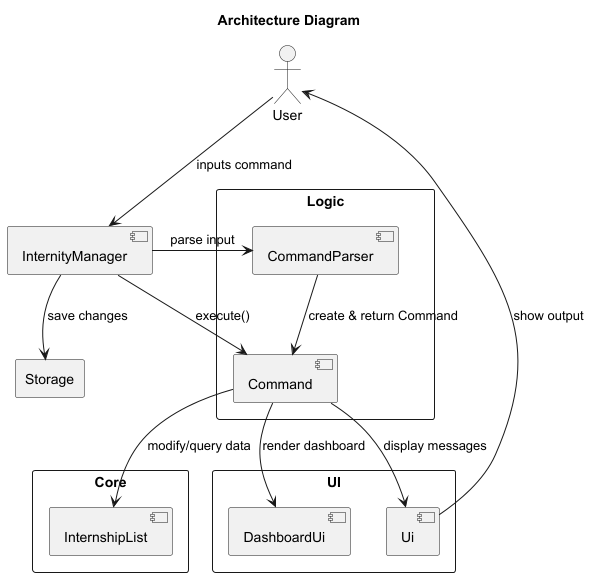
Before: docs/diagrams/ArchitectureOverview.png, a diagram exported from PlantUML (BenyAlbatross/tp).
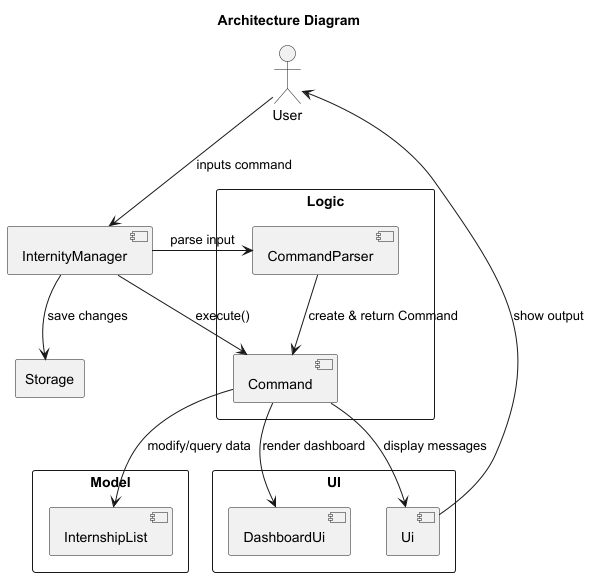
After the commit.

Diff of the diagram source:
```diff
@@ -8,7 +8,7 @@
     [Command]
 }
 
-rectangle "Core" {
+rectangle "Model" {
     [InternshipList]
 }
 
```
